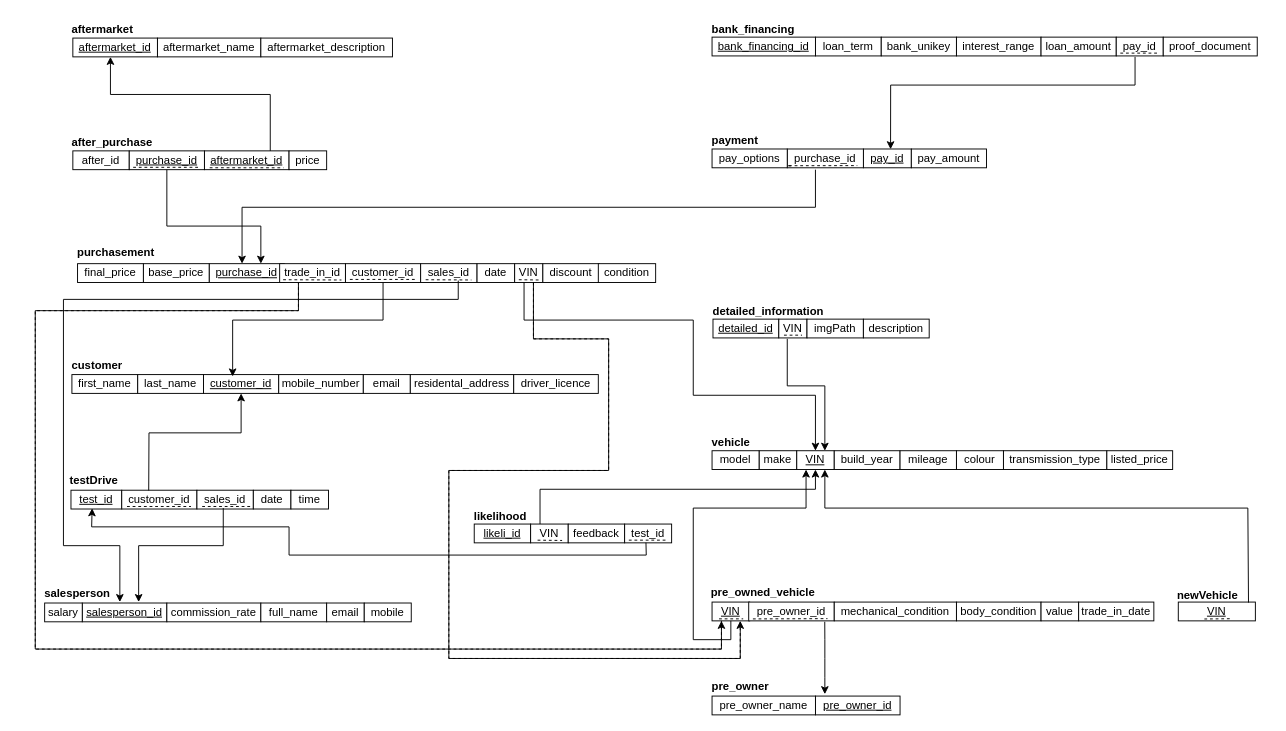
The draw.io diagram 未命名绘图.drawio in Syrus-jpg/LeetCode, before the edit. Source tidied: cells renumbered, new cells numbered last; positions are measured from the earlier drawing's top-left corner, leaving out a move shared by most shapes. Both pictures are drawn from the tidied source at 94%, with x=0, y=0 at pixel (35, 16).
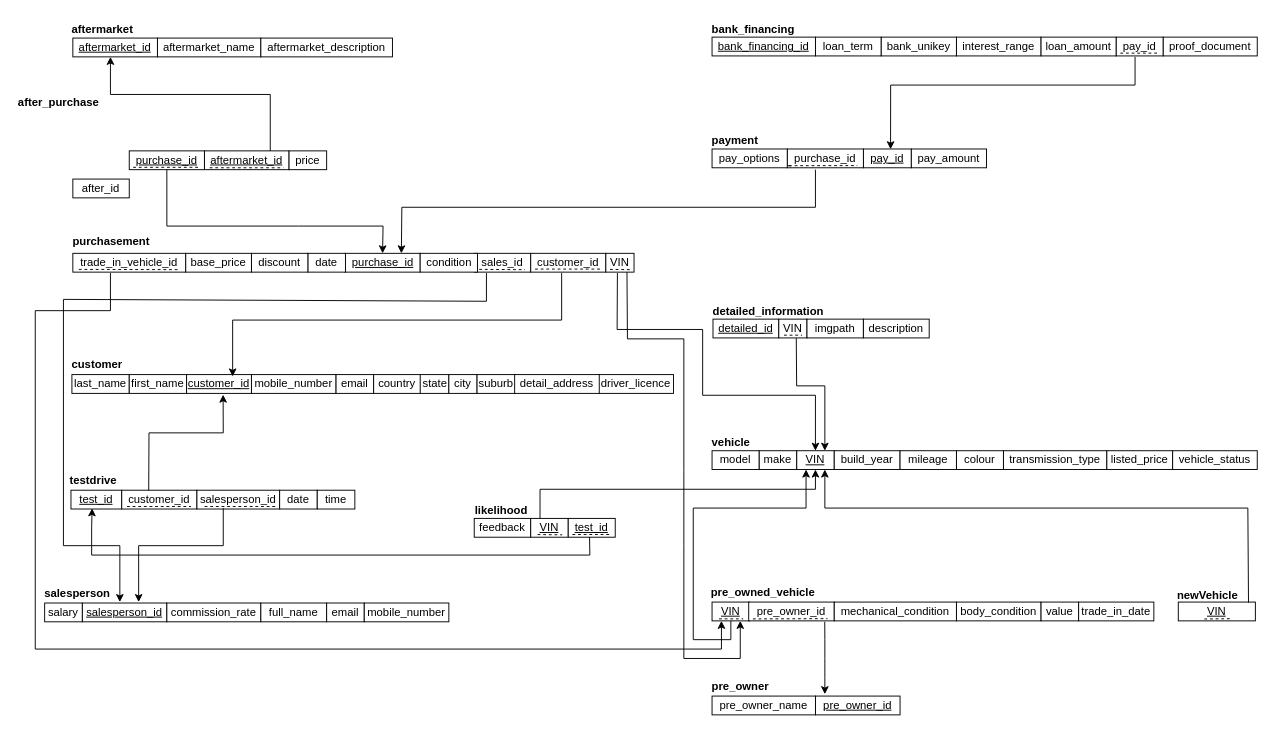
Above is the later version.

Commit message (it also covers changes not shown here):
更新未命名绘图.drawio

The change refers to these unchanged cells:
```xml
<mxCell id="9" value="&lt;u&gt;test_id&lt;/u&gt;" style="rounded=0;whiteSpace=wrap;html=1;" parent="1" vertex="1">
  <mxGeometry x="38" y="504" width="54" height="20" as="geometry" />
</mxCell>
<mxCell id="44" value="&lt;u&gt;VIN&lt;/u&gt;" style="rounded=0;whiteSpace=wrap;html=1;" parent="1" vertex="1">
  <mxGeometry x="810" y="462" width="40" height="20" as="geometry" />
</mxCell>
<mxCell id="64" value="&lt;u&gt;VIN&lt;/u&gt;" style="rounded=0;whiteSpace=wrap;html=1;" parent="1" vertex="1">
  <mxGeometry x="720" y="623" width="40" height="20" as="geometry" />
</mxCell>
```

The edit, as a diff of the source:
```diff
@@
-    <mxCell id="2" value="first_name" style="rounded=0;whiteSpace=wrap;html=1;" parent="1" vertex="1">
-      <mxGeometry x="39" y="381" width="70" height="20" as="geometry" />
+    <mxCell id="2" value="last_name" style="rounded=0;whiteSpace=wrap;html=1;" parent="1" vertex="1">
+      <mxGeometry x="39" y="381" width="61" height="20" as="geometry" />
     </mxCell>
-    <mxCell id="3" value="last_name" style="rounded=0;whiteSpace=wrap;html=1;" parent="1" vertex="1">
-      <mxGeometry x="109" y="381" width="70" height="20" as="geometry" />
+    <mxCell id="3" value="first_name" style="rounded=0;whiteSpace=wrap;html=1;" parent="1" vertex="1">
+      <mxGeometry x="100" y="381" width="61" height="20" as="geometry" />
     </mxCell>
     <mxCell id="4" value="&lt;u&gt;customer_id&lt;/u&gt;" style="rounded=0;whiteSpace=wrap;html=1;" parent="1" vertex="1">
-      <mxGeometry x="179" y="381" width="80" height="20" as="geometry" />
+      <mxGeometry x="161" y="381" width="69" height="20" as="geometry" />
     </mxCell>
     <mxCell id="5" value="mobile_number" style="rounded=0;whiteSpace=wrap;html=1;" parent="1" vertex="1">
-      <mxGeometry x="259" y="381" width="90" height="20" as="geometry" />
+      <mxGeometry x="230" y="381" width="90" height="20" as="geometry" />
     </mxCell>
     <mxCell id="6" value="email" style="rounded=0;whiteSpace=wrap;html=1;" parent="1" vertex="1">
-      <mxGeometry x="349" y="381" width="50" height="20" as="geometry" />
+      <mxGeometry x="320" y="381" width="40" height="20" as="geometry" />
     </mxCell>
-    <mxCell id="7" value="residental_address" style="rounded=0;whiteSpace=wrap;html=1;" parent="1" vertex="1">
-      <mxGeometry x="399" y="381" width="110" height="20" as="geometry" />
-    </mxCell>
     <mxCell id="8" value="driver_licence" style="rounded=0;whiteSpace=wrap;html=1;" parent="1" vertex="1">
-      <mxGeometry x="509" y="381" width="90" height="20" as="geometry" />
+      <mxGeometry x="599" y="381" width="80" height="20" as="geometry" />
     </mxCell>
@@
-    <mxCell id="11" value="sales_id" style="rounded=0;whiteSpace=wrap;html=1;" parent="1" vertex="1">
-      <mxGeometry x="172" y="504" width="60" height="20" as="geometry" />
+    <mxCell id="11" value="salesperson_id" style="rounded=0;whiteSpace=wrap;html=1;" parent="1" vertex="1">
+      <mxGeometry x="172" y="504" width="88" height="20" as="geometry" />
     </mxCell>
     <mxCell id="12" value="date" style="rounded=0;whiteSpace=wrap;html=1;" parent="1" vertex="1">
-      <mxGeometry x="232" y="504" width="40" height="20" as="geometry" />
+      <mxGeometry x="260" y="504" width="40" height="20" as="geometry" />
     </mxCell>
     <mxCell id="13" value="time" style="rounded=0;whiteSpace=wrap;html=1;" parent="1" vertex="1">
-      <mxGeometry x="272" y="504" width="40" height="20" as="geometry" />
+      <mxGeometry x="300" y="504" width="40" height="20" as="geometry" />
     </mxCell>
@@
-    <mxCell id="19" value="mobile" style="rounded=0;whiteSpace=wrap;html=1;" parent="1" vertex="1">
-      <mxGeometry x="350" y="624" width="50" height="20" as="geometry" />
+    <mxCell id="19" value="mobile_number" style="rounded=0;whiteSpace=wrap;html=1;" parent="1" vertex="1">
+      <mxGeometry x="350" y="624" width="90" height="20" as="geometry" />
     </mxCell>
-    <mxCell id="20" value="&lt;u&gt;likeli_id&lt;/u&gt;" style="rounded=0;whiteSpace=wrap;html=1;" parent="1" vertex="1">
-      <mxGeometry x="467" y="540" width="60" height="20" as="geometry" />
-    </mxCell>
-    <mxCell id="21" value="VIN" style="rounded=0;whiteSpace=wrap;html=1;" parent="1" vertex="1">
-      <mxGeometry x="527" y="540" width="40" height="20" as="geometry" />
+    <mxCell id="21" value="&lt;u&gt;VIN&lt;/u&gt;" style="rounded=0;whiteSpace=wrap;html=1;" parent="1" vertex="1">
+      <mxGeometry x="527" y="534" width="40" height="20" as="geometry" />
     </mxCell>
     <mxCell id="22" value="feedback" style="rounded=0;whiteSpace=wrap;html=1;" parent="1" vertex="1">
-      <mxGeometry x="567" y="540" width="60" height="20" as="geometry" />
+      <mxGeometry x="467" y="534" width="60" height="20" as="geometry" />
     </mxCell>
-    <mxCell id="23" value="test_id" style="rounded=0;whiteSpace=wrap;html=1;" parent="1" vertex="1">
-      <mxGeometry x="627" y="540" width="50" height="20" as="geometry" />
+    <mxCell id="23" value="&lt;u&gt;test_id&lt;/u&gt;" style="rounded=0;whiteSpace=wrap;html=1;" parent="1" vertex="1">
+      <mxGeometry x="567" y="534" width="50" height="20" as="geometry" />
     </mxCell>
     <mxCell id="24" value="&lt;u&gt;purchase_id&lt;/u&gt;" style="rounded=0;whiteSpace=wrap;html=1;" parent="1" vertex="1">
-      <mxGeometry x="185" y="263" width="80" height="20" as="geometry" />
+      <mxGeometry x="329.5" y="252" width="80" height="20" as="geometry" />
     </mxCell>
     <mxCell id="25" value="base_price" style="rounded=0;whiteSpace=wrap;html=1;" parent="1" vertex="1">
-      <mxGeometry x="115" y="263" width="70" height="20" as="geometry" />
+      <mxGeometry x="160" y="252" width="70" height="20" as="geometry" />
     </mxCell>
-    <mxCell id="26" value="final_price" style="rounded=0;whiteSpace=wrap;html=1;" parent="1" vertex="1">
-      <mxGeometry x="45" y="263" width="70" height="20" as="geometry" />
-    </mxCell>
-    <mxCell id="27" value="trade_in_id" style="rounded=0;whiteSpace=wrap;html=1;" parent="1" vertex="1">
-      <mxGeometry x="260" y="263" width="70" height="20" as="geometry" />
+    <mxCell id="27" value="trade_in_vehicle_id" style="rounded=0;whiteSpace=wrap;html=1;" parent="1" vertex="1">
+      <mxGeometry x="40" y="252" width="120" height="20" as="geometry" />
     </mxCell>
     <mxCell id="28" value="customer_id" style="rounded=0;whiteSpace=wrap;html=1;" parent="1" vertex="1">
-      <mxGeometry x="330" y="263" width="80" height="20" as="geometry" />
+      <mxGeometry x="527" y="252" width="80" height="20" as="geometry" />
     </mxCell>
     <mxCell id="29" value="sales_id" style="rounded=0;whiteSpace=wrap;html=1;" parent="1" vertex="1">
-      <mxGeometry x="410" y="263" width="60" height="20" as="geometry" />
+      <mxGeometry x="467" y="252" width="60" height="20" as="geometry" />
     </mxCell>
     <mxCell id="30" value="date" style="rounded=0;whiteSpace=wrap;html=1;" parent="1" vertex="1">
-      <mxGeometry x="470" y="263" width="40" height="20" as="geometry" />
+      <mxGeometry x="290" y="252" width="40" height="20" as="geometry" />
     </mxCell>
     <mxCell id="31" value="VIN" style="rounded=0;whiteSpace=wrap;html=1;" parent="1" vertex="1">
-      <mxGeometry x="510" y="263" width="30" height="20" as="geometry" />
+      <mxGeometry x="607" y="252" width="30" height="20" as="geometry" />
     </mxCell>
     <mxCell id="32" value="discount" style="rounded=0;whiteSpace=wrap;html=1;" parent="1" vertex="1">
-      <mxGeometry x="540" y="263" width="60" height="20" as="geometry" />
+      <mxGeometry x="230" y="252" width="60" height="20" as="geometry" />
     </mxCell>
     <mxCell id="33" value="condition" style="rounded=0;whiteSpace=wrap;html=1;" parent="1" vertex="1">
-      <mxGeometry x="599" y="263" width="61" height="20" as="geometry" />
+      <mxGeometry x="409.5" y="252" width="61" height="20" as="geometry" />
     </mxCell>
     <mxCell id="34" value="after_id" style="rounded=0;whiteSpace=wrap;html=1;" parent="1" vertex="1">
-      <mxGeometry x="40" y="143" width="60" height="20" as="geometry" />
+      <mxGeometry x="40" y="173" width="60" height="20" as="geometry" />
     </mxCell>
@@
-    <mxCell id="55" value="imgPath" style="rounded=0;whiteSpace=wrap;html=1;" parent="1" vertex="1">
+    <mxCell id="55" value="imgpath" style="rounded=0;whiteSpace=wrap;html=1;" parent="1" vertex="1">
       <mxGeometry x="821" y="322" width="60" height="20" as="geometry" />
     </mxCell>
@@
-    <mxCell id="87" style="endArrow=classic;html=1;rounded=0;exitX=0.5;exitY=1;exitDx=0;exitDy=0;" parent="1" edge="1" source="28">
+    <mxCell id="87" style="endArrow=classic;html=1;rounded=0;" parent="1" edge="1">
       <mxGeometry relative="1" as="geometry">
+        <mxPoint x="560" y="273" as="sourcePoint" />
         <mxPoint x="210" y="383" as="targetPoint" />
         <Array as="points">
+          <mxPoint x="560" y="323" />
           <mxPoint x="370" y="323" />
           <mxPoint x="210" y="323" />
         </Array>
       </mxGeometry>
     </mxCell>
     <mxCell id="88" style="endArrow=classic;html=1;rounded=0;" parent="1" edge="1">
       <mxGeometry relative="1" as="geometry">
-        <mxPoint x="450" y="281" as="sourcePoint" />
+        <mxPoint x="480" y="273" as="sourcePoint" />
         <mxPoint x="90" y="623" as="targetPoint" />
         <Array as="points">
-          <mxPoint x="450" y="301" />
+          <mxPoint x="480" y="303" />
           <mxPoint x="30" y="301" />
           <mxPoint x="30" y="563" />
           <mxPoint x="90" y="563" />
         </Array>
       </mxGeometry>
     </mxCell>
-    <mxCell id="89" style="endArrow=classic;html=1;rounded=0;entryX=0.5;entryY=0;entryDx=0;entryDy=0;" parent="1" edge="1" target="44">
+    <mxCell id="89" style="endArrow=classic;html=1;rounded=0;entryX=0.5;entryY=0;entryDx=0;entryDy=0;exitX=0.411;exitY=1.049;exitDx=0;exitDy=0;exitPerimeter=0;" parent="1" edge="1" source="31" target="44">
       <mxGeometry relative="1" as="geometry">
-        <mxPoint x="520" y="283" as="sourcePoint" />
         <Array as="points">
-          <mxPoint x="520" y="323" />
-          <mxPoint x="700" y="323" />
-          <mxPoint x="700" y="403" />
+          <mxPoint x="619" y="333" />
+          <mxPoint x="710" y="333" />
+          <mxPoint x="710" y="403" />
           <mxPoint x="830" y="403" />
         </Array>
       </mxGeometry>
     </mxCell>
-    <mxCell id="90" style="endArrow=classic;html=1;rounded=0;" parent="1" edge="1">
+    <mxCell id="90" style="endArrow=classic;html=1;rounded=0;entryX=0.75;entryY=0;entryDx=0;entryDy=0;" parent="1" edge="1" target="24">
       <mxGeometry relative="1" as="geometry">
         <mxPoint x="830" y="163" as="sourcePoint" />
-        <mxPoint x="220" y="263" as="targetPoint" />
         <Array as="points">
           <mxPoint x="830" y="203" />
-          <mxPoint x="220" y="203" />
+          <mxPoint x="390" y="203" />
         </Array>
       </mxGeometry>
     </mxCell>
-    <mxCell id="91" style="endArrow=classic;html=1;rounded=0;exitX=0.302;exitY=1.015;exitDx=0;exitDy=0;exitPerimeter=0;entryX=0.5;entryY=1;entryDx=0;entryDy=0;" parent="1" edge="1" target="4">
+    <mxCell id="91" style="endArrow=classic;html=1;rounded=0;exitX=0.302;exitY=1.015;exitDx=0;exitDy=0;exitPerimeter=0;entryX=0.563;entryY=1.067;entryDx=0;entryDy=0;entryPerimeter=0;" parent="1" edge="1" target="4">
       <mxGeometry relative="1" as="geometry">
         <mxPoint x="120.7" y="504.3" as="sourcePoint" />
         <Array as="points">
           <mxPoint x="121" y="443" />
-          <mxPoint x="219" y="443" />
+          <mxPoint x="200" y="443" />
         </Array>
       </mxGeometry>
     </mxCell>
@@
     <mxCell id="93" style="endArrow=classic;html=1;rounded=0;entryX=0.417;entryY=0.963;entryDx=0;entryDy=0;entryPerimeter=0;exitX=0.454;exitY=0.991;exitDx=0;exitDy=0;exitPerimeter=0;" parent="1" edge="1" source="23" target="9">
       <mxGeometry relative="1" as="geometry">
         <Array as="points">
-          <mxPoint x="650" y="573" />
+          <mxPoint x="590" y="573" />
           <mxPoint x="270" y="573" />
-          <mxPoint x="270" y="543" />
+          <mxPoint x="60" y="573" />
           <mxPoint x="60" y="543" />
         </Array>
       </mxGeometry>
     </mxCell>
@@
-    <mxCell id="97" style="endArrow=none;dashed=1;html=1;rounded=0;" parent="1" edge="1">
-      <mxGeometry relative="1" as="geometry">
-        <mxPoint x="530" y="283" as="sourcePoint" />
-        <mxPoint x="750" y="643" as="targetPoint" />
-        <Array as="points">
-          <mxPoint x="530" y="343" />
-          <mxPoint x="610" y="343" />
-          <mxPoint x="610" y="483" />
-          <mxPoint x="530" y="483" />
-          <mxPoint x="440" y="483" />
-          <mxPoint x="440" y="683" />
-          <mxPoint x="750" y="683" />
-        </Array>
-      </mxGeometry>
-    </mxCell>
@@
-    <mxCell id="99" style="endArrow=none;dashed=1;html=1;rounded=0;exitX=0.25;exitY=1;exitDx=0;exitDy=0;" parent="1" edge="1" source="64">
-      <mxGeometry relative="1" as="geometry">
-        <mxPoint x="280" y="283" as="targetPoint" />
-        <Array as="points">
-          <mxPoint x="730" y="673" />
-          <mxPoint y="673" />
-          <mxPoint y="313" />
-          <mxPoint x="280" y="313" />
-        </Array>
-      </mxGeometry>
-    </mxCell>
     <mxCell id="100" style="endArrow=classic;html=1;rounded=0;" parent="1" edge="1">
       <mxGeometry relative="1" as="geometry">
-        <mxPoint x="280" y="283" as="sourcePoint" />
+        <mxPoint x="80" y="273" as="sourcePoint" />
         <mxPoint x="730" y="643" as="targetPoint" />
         <Array as="points">
-          <mxPoint x="280" y="313" />
+          <mxPoint x="80" y="313" />
           <mxPoint y="313" />
           <mxPoint y="673" />
           <mxPoint x="730" y="673" />
         </Array>
       </mxGeometry>
     </mxCell>
-    <mxCell id="101" style="endArrow=classic;html=1;rounded=0;" parent="1" edge="1">
+    <mxCell id="101" style="endArrow=classic;html=1;rounded=0;entryX=0.5;entryY=0;entryDx=0;entryDy=0;" parent="1" edge="1" target="24">
       <mxGeometry relative="1" as="geometry">
         <mxPoint x="140" y="163" as="sourcePoint" />
-        <mxPoint x="240" y="263" as="targetPoint" />
         <Array as="points">
           <mxPoint x="140" y="223" />
-          <mxPoint x="240" y="223" />
+          <mxPoint x="280" y="223" />
+          <mxPoint x="370" y="223" />
         </Array>
       </mxGeometry>
     </mxCell>
@@
-    <mxCell id="103" style="endArrow=classic;html=1;rounded=0;" parent="1" edge="1">
+    <mxCell id="103" style="endArrow=classic;html=1;rounded=0;exitX=0.75;exitY=1;exitDx=0;exitDy=0;" parent="1" edge="1" source="31">
       <mxGeometry relative="1" as="geometry">
-        <mxPoint x="530" y="283" as="sourcePoint" />
         <mxPoint x="750" y="643" as="targetPoint" />
         <Array as="points">
-          <mxPoint x="530" y="343" />
-          <mxPoint x="610" y="343" />
-          <mxPoint x="610" y="483" />
-          <mxPoint x="440" y="483" />
-          <mxPoint x="440" y="683" />
+          <mxPoint x="630" y="343" />
+          <mxPoint x="690" y="343" />
+          <mxPoint x="690" y="483" />
+          <mxPoint x="690" y="563" />
+          <mxPoint x="690" y="683" />
           <mxPoint x="750" y="683" />
         </Array>
       </mxGeometry>
     </mxCell>
-    <mxCell id="104" style="endArrow=classic;html=1;rounded=0;entryX=0.75;entryY=0;entryDx=0;entryDy=0;" parent="1" edge="1" target="44">
+    <mxCell id="104" style="endArrow=classic;html=1;rounded=0;entryX=0.75;entryY=0;entryDx=0;entryDy=0;exitX=0.6;exitY=0.984;exitDx=0;exitDy=0;exitPerimeter=0;" parent="1" edge="1" source="117" target="44">
       <mxGeometry relative="1" as="geometry">
-        <mxPoint x="800" y="343" as="sourcePoint" />
         <Array as="points">
-          <mxPoint x="800" y="393" />
+          <mxPoint x="810" y="393" />
           <mxPoint x="840" y="393" />
         </Array>
       </mxGeometry>
     </mxCell>
@@
-    <mxCell id="107" value="&lt;b style=&quot;forced-color-adjust: none; color: rgb(0, 0, 0); font-family: Helvetica; font-size: 12px; font-style: normal; font-variant-ligatures: normal; font-variant-caps: normal; letter-spacing: normal; orphans: 2; text-align: center; text-indent: 0px; text-transform: none; widows: 2; word-spacing: 0px; -webkit-text-stroke-width: 0px; white-space: normal; text-decoration-thickness: initial; text-decoration-style: initial; text-decoration-color: initial;&quot;&gt;testDrive&lt;/b&gt;" style="text;whiteSpace=wrap;html=1;" parent="1" vertex="1">
+    <mxCell id="107" value="&lt;b style=&quot;forced-color-adjust: none; color: rgb(0, 0, 0); font-family: Helvetica; font-size: 12px; font-style: normal; font-variant-ligatures: normal; font-variant-caps: normal; letter-spacing: normal; orphans: 2; text-align: center; text-indent: 0px; text-transform: none; widows: 2; word-spacing: 0px; -webkit-text-stroke-width: 0px; white-space: normal; text-decoration-thickness: initial; text-decoration-style: initial; text-decoration-color: initial;&quot;&gt;testdrive&lt;/b&gt;" style="text;whiteSpace=wrap;html=1;" parent="1" vertex="1">
       <mxGeometry x="35" y="480" width="80" height="40" as="geometry" />
     </mxCell>
     <mxCell id="108" value="&lt;b style=&quot;forced-color-adjust: none; color: rgb(0, 0, 0); font-family: Helvetica; font-size: 12px; font-style: normal; font-variant-ligatures: normal; font-variant-caps: normal; letter-spacing: normal; orphans: 2; text-align: center; text-indent: 0px; text-transform: none; widows: 2; word-spacing: 0px; -webkit-text-stroke-width: 0px; white-space: normal; text-decoration-thickness: initial; text-decoration-style: initial; text-decoration-color: initial;&quot;&gt;customer&lt;/b&gt;" style="text;whiteSpace=wrap;html=1;" parent="1" vertex="1">
-      <mxGeometry x="37" y="358" width="90" height="40" as="geometry" />
+      <mxGeometry x="37" y="357" width="90" height="40" as="geometry" />
     </mxCell>
     <mxCell id="109" value="&lt;b style=&quot;forced-color-adjust: none; color: rgb(0, 0, 0); font-family: Helvetica; font-size: 12px; font-style: normal; font-variant-ligatures: normal; font-variant-caps: normal; letter-spacing: normal; orphans: 2; text-align: center; text-indent: 0px; text-transform: none; widows: 2; word-spacing: 0px; -webkit-text-stroke-width: 0px; white-space: normal; text-decoration-thickness: initial; text-decoration-style: initial; text-decoration-color: initial;&quot;&gt;purchasement&lt;/b&gt;" style="text;whiteSpace=wrap;html=1;" parent="1" vertex="1">
-      <mxGeometry x="43" y="237" width="120" height="40" as="geometry" />
+      <mxGeometry x="38" y="226" width="120" height="40" as="geometry" />
     </mxCell>
     <mxCell id="110" value="&lt;b style=&quot;forced-color-adjust: none; color: rgb(0, 0, 0); font-family: Helvetica; font-size: 12px; font-style: normal; font-variant-ligatures: normal; font-variant-caps: normal; letter-spacing: normal; orphans: 2; text-align: center; text-indent: 0px; text-transform: none; widows: 2; word-spacing: 0px; -webkit-text-stroke-width: 0px; white-space: normal; text-decoration-thickness: initial; text-decoration-style: initial; text-decoration-color: initial;&quot;&gt;after_purchase&lt;/b&gt;" style="text;whiteSpace=wrap;html=1;" parent="1" vertex="1">
-      <mxGeometry x="37" y="120" width="120" height="40" as="geometry" />
+      <mxGeometry x="-20" y="78" width="120" height="40" as="geometry" />
     </mxCell>
@@
     <mxCell id="112" value="&lt;b style=&quot;forced-color-adjust: none; color: rgb(0, 0, 0); font-family: Helvetica; font-size: 12px; font-style: normal; font-variant-ligatures: normal; font-variant-caps: normal; letter-spacing: normal; orphans: 2; text-align: center; text-indent: 0px; text-transform: none; widows: 2; word-spacing: 0px; -webkit-text-stroke-width: 0px; white-space: normal; text-decoration-thickness: initial; text-decoration-style: initial; text-decoration-color: initial;&quot;&gt;likelihood&lt;/b&gt;" style="text;whiteSpace=wrap;html=1;" parent="1" vertex="1">
-      <mxGeometry x="465" y="518" width="90" height="40" as="geometry" />
+      <mxGeometry x="466" y="512" width="90" height="40" as="geometry" />
     </mxCell>
@@
     <mxCell id="117" value="&lt;b style=&quot;forced-color-adjust: none; color: rgb(0, 0, 0); font-family: Helvetica; font-size: 12px; font-style: normal; font-variant-ligatures: normal; font-variant-caps: normal; letter-spacing: normal; orphans: 2; text-align: center; text-indent: 0px; text-transform: none; widows: 2; word-spacing: 0px; -webkit-text-stroke-width: 0px; white-space: normal; text-decoration-thickness: initial; text-decoration-style: initial; text-decoration-color: initial;&quot;&gt;detailed_information&lt;/b&gt;" style="text;whiteSpace=wrap;html=1;" parent="1" vertex="1">
-      <mxGeometry x="719" y="300" width="150" height="40" as="geometry" />
+      <mxGeometry x="719" y="300" width="151" height="43" as="geometry" />
     </mxCell>
@@
+    <mxCell id="124" value="vehicle_status" style="rounded=0;whiteSpace=wrap;html=1;" parent="1" vertex="1">
+      <mxGeometry x="1210" y="462" width="90" height="20" as="geometry" />
+    </mxCell>
+    <mxCell id="125" value="country" style="rounded=0;whiteSpace=wrap;html=1;" parent="1" vertex="1">
+      <mxGeometry x="360" y="381" width="50" height="20" as="geometry" />
+    </mxCell>
+    <mxCell id="126" value="state" style="rounded=0;whiteSpace=wrap;html=1;" parent="1" vertex="1">
+      <mxGeometry x="409.5" y="381" width="30.5" height="20" as="geometry" />
+    </mxCell>
+    <mxCell id="127" value="city" style="rounded=0;whiteSpace=wrap;html=1;" parent="1" vertex="1">
+      <mxGeometry x="440" y="381" width="30" height="20" as="geometry" />
+    </mxCell>
+    <mxCell id="128" value="suburb" style="rounded=0;whiteSpace=wrap;html=1;" parent="1" vertex="1">
+      <mxGeometry x="470" y="381" width="41" height="20" as="geometry" />
+    </mxCell>
+    <mxCell id="129" value="detail_address" style="rounded=0;whiteSpace=wrap;html=1;" parent="1" vertex="1">
+      <mxGeometry x="510" y="381" width="90" height="20" as="geometry" />
+    </mxCell>
```
